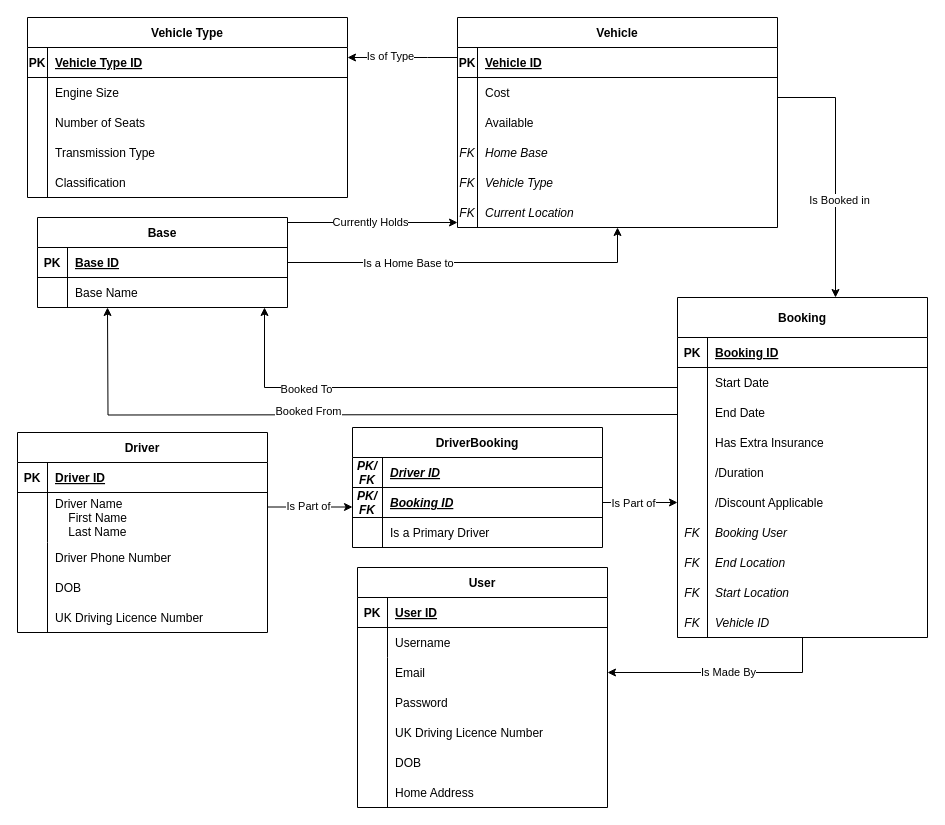
The draw.io diagram CW1 ERD.drawio in Daniel-Fejdych/Daniel-Fejdych.github.io, before the edit. Source tidied: cells renumbered, new cells numbered last; positions are measured from the earlier drawing's top-left corner, leaving out a move shared by most shapes. Both pictures are drawn from the tidied source at 100%, with x=0, y=0 at pixel (17, 17).
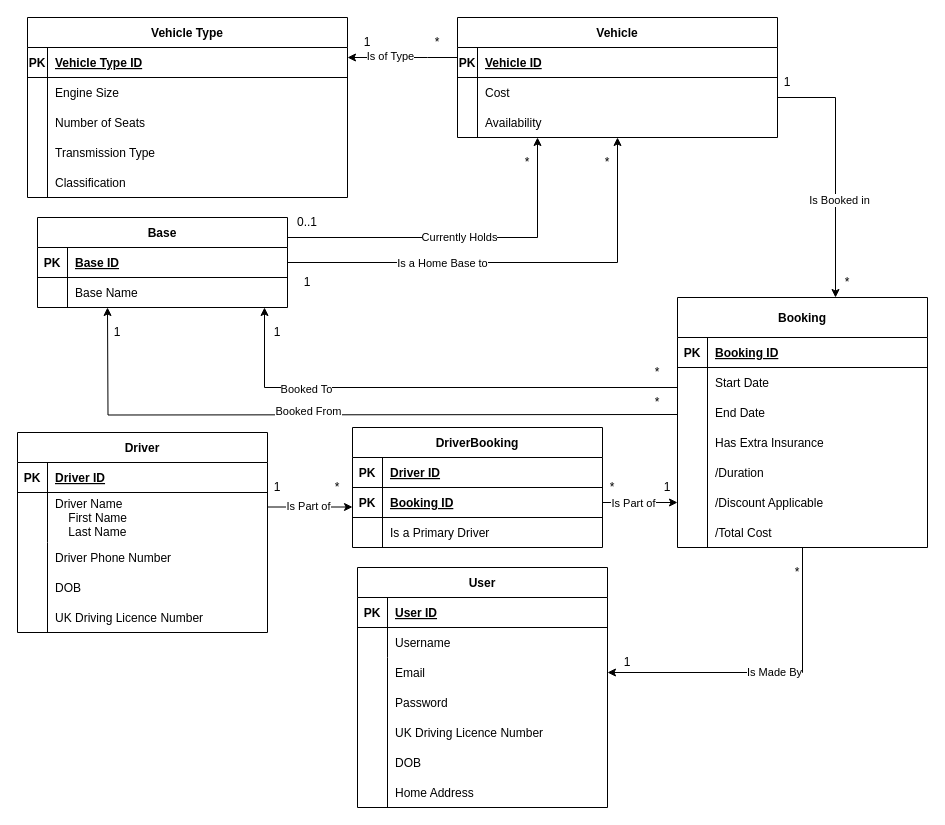
Above is the later version.

The change refers to these unchanged cells:
```xml
<mxCell id="2" value="Base" style="shape=table;startSize=30;childLayout=tableLayout;rowLines=0;fontStyle=1;align=center;" parent="1" vertex="1">
  <mxGeometry x="20" y="200" width="250" height="90" as="geometry" />
</mxCell>
<mxCell id="3" style="shape=partialRectangle;fillColor=none;points=[[0,0.5],[1,0.5]];portConstraint=eastwest;top=0;left=0;right=0;bottom=1;" parent="2" vertex="1">
  <mxGeometry y="30" width="250" height="30" as="geometry" />
</mxCell>
<mxCell id="6" style="shape=partialRectangle;fillColor=none;points=[[0,0.5],[1,0.5]];portConstraint=eastwest;top=0;left=0;right=0;bottom=0;" parent="2" vertex="1">
  <mxGeometry y="60" width="250" height="30" as="geometry" />
</mxCell>
<mxCell id="26" style="shape=partialRectangle;fillColor=none;top=0;left=0;right=0;bottom=1;" parent="25" vertex="1">
  <mxGeometry y="30" width="250" height="30" as="geometry" />
</mxCell>
<mxCell id="29" style="shape=partialRectangle;fillColor=none;top=0;left=0;right=0;bottom=0;" parent="25" vertex="1">
  <mxGeometry y="60" width="250" height="30" as="geometry" />
</mxCell>
```

Change to the diagram source:
```diff
@@
-    <mxCell id="9" style="edgeStyle=orthogonalEdgeStyle;rounded=0;jettySize=auto;html=1;exitX=1;exitY=0.5;exitDx=0;exitDy=0;" parent="1" edge="1" source="3">
+    <mxCell id="9" style="edgeStyle=orthogonalEdgeStyle;rounded=0;jettySize=auto;html=1;exitX=1;exitY=0.25;exitDx=0;exitDy=0;" parent="1" edge="1" source="2">
       <mxGeometry relative="1" as="geometry">
-        <mxPoint x="440" y="205" as="targetPoint" />
+        <mxPoint x="520" y="120" as="targetPoint" />
         <Array as="points">
-          <mxPoint x="440" y="205" />
+          <mxPoint x="270" y="220" />
         </Array>
       </mxGeometry>
     </mxCell>
@@
     <mxCell id="13" style="edgeStyle=orthogonalEdgeStyle;rounded=0;orthogonalLoop=1;jettySize=auto;html=1;entryX=1;entryY=0.5;entryDx=0;entryDy=0;" parent="1" edge="1">
       <mxGeometry relative="1" as="geometry">
-        <mxPoint x="785" y="620" as="sourcePoint" />
+        <mxPoint x="785" y="530" as="sourcePoint" />
         <mxPoint x="590" y="655" as="targetPoint" />
         <Array as="points">
           <mxPoint x="785.5" y="655" />
         </Array>
       </mxGeometry>
     </mxCell>
@@
     <mxCell id="15" style="edgeStyle=orthogonalEdgeStyle;rounded=0;jettySize=auto;html=1;exitX=1;exitY=0.5;exitDx=0;exitDy=0;" parent="1" edge="1" source="6">
       <mxGeometry relative="1" as="geometry">
-        <mxPoint x="600" y="210" as="targetPoint" />
+        <mxPoint x="600" y="120" as="targetPoint" />
         <Array as="points">
           <mxPoint x="600" y="245" />
         </Array>
       </mxGeometry>
     </mxCell>
@@
-    <mxCell id="27" value="PK/&#10;FK" style="shape=partialRectangle;overflow=hidden;fillColor=none;top=0;left=0;bottom=0;right=0;fontStyle=3;" parent="26" vertex="1">
+    <mxCell id="27" value="PK" style="shape=partialRectangle;overflow=hidden;fillColor=none;top=0;left=0;bottom=0;right=0;fontStyle=1;" parent="26" vertex="1">
       <mxGeometry width="30" height="30" as="geometry" />
     </mxCell>
-    <mxCell id="28" value="Driver ID" style="shape=partialRectangle;overflow=hidden;fillColor=none;top=0;left=0;bottom=0;right=0;align=left;spacingLeft=6;fontStyle=7;" parent="26" vertex="1">
+    <mxCell id="28" value="Driver ID" style="shape=partialRectangle;overflow=hidden;fillColor=none;top=0;left=0;bottom=0;right=0;align=left;spacingLeft=6;fontStyle=5;" parent="26" vertex="1">
       <mxGeometry x="30" width="220" height="30" as="geometry" />
     </mxCell>
@@
-    <mxCell id="30" value="PK/&#10;FK" style="shape=partialRectangle;overflow=hidden;fillColor=none;top=0;left=0;bottom=1;right=0;fontStyle=3;" parent="29" vertex="1">
+    <mxCell id="30" value="PK" style="shape=partialRectangle;overflow=hidden;fillColor=none;top=0;left=0;bottom=1;right=0;fontStyle=1;" parent="29" vertex="1">
       <mxGeometry width="30" height="30" as="geometry" />
     </mxCell>
-    <mxCell id="31" value="Booking ID" style="shape=partialRectangle;overflow=hidden;fillColor=none;top=0;left=0;bottom=1;right=0;align=left;spacingLeft=6;fontStyle=7;" parent="29" vertex="1">
+    <mxCell id="31" value="Booking ID" style="shape=partialRectangle;overflow=hidden;fillColor=none;top=0;left=0;bottom=1;right=0;align=left;spacingLeft=6;fontStyle=5;" parent="29" vertex="1">
       <mxGeometry x="30" width="220" height="30" as="geometry" />
     </mxCell>
@@
-    <mxCell id="65" style="group;" parent="1" vertex="1">
-      <mxGeometry x="440" width="320" height="210" as="geometry" />
-    </mxCell>
-    <mxCell id="66" value="Vehicle" style="shape=table;startSize=30;childLayout=tableLayout;rowLines=0;fontStyle=1;align=center;" parent="65" vertex="1">
-      <mxGeometry width="320" height="210" as="geometry" />
-    </mxCell>
-    <mxCell id="67" style="shape=partialRectangle;fillColor=none;top=0;left=0;right=0;bottom=1;" parent="66" vertex="1">
-      <mxGeometry y="30" width="320" height="30" as="geometry" />
-    </mxCell>
-    <mxCell id="68" value="PK" style="shape=partialRectangle;overflow=hidden;fillColor=none;top=0;left=0;bottom=0;right=0;fontStyle=1;" parent="67" vertex="1">
-      <mxGeometry width="20" height="30" as="geometry" />
-    </mxCell>
-    <mxCell id="69" value="Vehicle ID" style="shape=partialRectangle;overflow=hidden;fillColor=none;top=0;left=0;bottom=0;right=0;align=left;spacingLeft=6;fontStyle=5;" parent="67" vertex="1">
-      <mxGeometry x="20" width="300" height="30" as="geometry" />
-    </mxCell>
-    <mxCell id="70" value="Cost" style="shape=partialRectangle;overflow=hidden;fillColor=none;top=0;left=1;bottom=0;right=0;align=left;spacingLeft=6;fontStyle=0;" parent="65" vertex="1">
-      <mxGeometry x="20" y="60" width="300" height="30" as="geometry" />
-    </mxCell>
-    <mxCell id="71" value="Current Location" style="shape=partialRectangle;overflow=hidden;fillColor=none;top=0;left=1;bottom=0;right=0;align=left;spacingLeft=6;fontStyle=2;" parent="65" vertex="1">
-      <mxGeometry x="20" y="180" width="300" height="30" as="geometry" />
-    </mxCell>
-    <mxCell id="72" value="Home Base" style="shape=partialRectangle;overflow=hidden;fillColor=none;top=0;left=1;bottom=0;right=0;align=left;spacingLeft=6;fontStyle=2;" parent="65" vertex="1">
-      <mxGeometry x="20" y="120" width="300" height="30" as="geometry" />
-    </mxCell>
-    <mxCell id="73" value="Vehicle Type" style="shape=partialRectangle;overflow=hidden;fillColor=none;top=0;left=1;bottom=0;right=0;align=left;spacingLeft=6;fontStyle=2;" parent="65" vertex="1">
-      <mxGeometry x="20" y="150" width="300" height="30" as="geometry" />
-    </mxCell>
-    <mxCell id="74" value="FK" style="shape=partialRectangle;overflow=hidden;fillColor=none;top=0;left=0;bottom=0;right=0;fontStyle=2;" parent="65" vertex="1">
-      <mxGeometry y="150" width="20" height="30" as="geometry" />
-    </mxCell>
-    <mxCell id="75" value="FK" style="shape=partialRectangle;overflow=hidden;fillColor=none;top=0;left=0;bottom=0;right=0;fontStyle=2;" parent="65" vertex="1">
-      <mxGeometry y="120" width="20" height="30" as="geometry" />
-    </mxCell>
-    <mxCell id="76" value="FK" style="shape=partialRectangle;overflow=hidden;fillColor=none;top=0;left=0;bottom=0;right=0;fontStyle=2;" parent="65" vertex="1">
-      <mxGeometry y="180" width="20" height="30" as="geometry" />
-    </mxCell>
-    <mxCell id="77" value="Available" style="shape=partialRectangle;overflow=hidden;fillColor=none;top=0;left=1;bottom=0;right=0;align=left;spacingLeft=6;fontStyle=0;" parent="65" vertex="1">
-      <mxGeometry x="20" y="90" width="300" height="30" as="geometry" />
-    </mxCell>
-    <mxCell id="78" style="group;" parent="1" vertex="1">
-      <mxGeometry x="660" y="280" width="250" height="340" as="geometry" />
-    </mxCell>
+    <mxCell id="98" style="group;glass=0;rounded=0;" parent="1" vertex="1">
+      <mxGeometry x="10" width="320" height="180" as="geometry" />
+    </mxCell>
+    <mxCell id="99" style="group;" parent="98" vertex="1">
+      <mxGeometry width="320" height="150" as="geometry" />
+    </mxCell>
+    <mxCell id="100" value="Engine Size" style="shape=partialRectangle;overflow=hidden;fillColor=none;top=0;left=1;bottom=0;right=0;align=left;spacingLeft=6;fontStyle=0;" parent="99" vertex="1">
+      <mxGeometry x="20" y="60" width="300" height="30" as="geometry" />
+    </mxCell>
+    <mxCell id="101" value="Number of Seats" style="shape=partialRectangle;overflow=hidden;fillColor=none;top=0;left=1;bottom=0;right=0;align=left;spacingLeft=6;fontStyle=0;" parent="99" vertex="1">
+      <mxGeometry x="20" y="90" width="300" height="30" as="geometry" />
+    </mxCell>
+    <mxCell id="102" value="Transmission Type" style="shape=partialRectangle;overflow=hidden;fillColor=none;top=0;left=1;bottom=0;right=0;align=left;spacingLeft=6;fontStyle=0;" parent="99" vertex="1">
+      <mxGeometry x="20" y="120" width="300" height="30" as="geometry" />
+    </mxCell>
+    <mxCell id="103" value="Classification" style="shape=partialRectangle;overflow=hidden;fillColor=none;top=0;left=1;bottom=0;right=0;align=left;spacingLeft=6;fontStyle=0;" parent="98" vertex="1">
+      <mxGeometry x="20" y="150" width="300" height="30" as="geometry" />
+    </mxCell>
+    <mxCell id="104" value="Vehicle Type" style="shape=table;startSize=30;childLayout=tableLayout;rowLines=0;fontStyle=1;align=center;" parent="98" vertex="1">
+      <mxGeometry width="320" height="180" as="geometry" />
+    </mxCell>
+    <mxCell id="105" style="shape=partialRectangle;fillColor=none;top=0;left=0;right=0;bottom=1;" parent="104" vertex="1">
+      <mxGeometry y="30" width="320" height="30" as="geometry" />
+    </mxCell>
+    <mxCell id="106" value="PK" style="shape=partialRectangle;overflow=hidden;fillColor=none;top=0;left=0;bottom=0;right=0;fontStyle=1;" parent="105" vertex="1">
+      <mxGeometry width="20" height="30" as="geometry" />
+    </mxCell>
+    <mxCell id="107" value="Vehicle Type ID" style="shape=partialRectangle;overflow=hidden;fillColor=none;top=0;left=0;bottom=0;right=0;align=left;spacingLeft=6;fontStyle=5;" parent="105" vertex="1">
+      <mxGeometry x="20" width="300" height="30" as="geometry" />
+    </mxCell>
-    <mxCell id="79" value="Booking" style="shape=table;startSize=40;childLayout=tableLayout;rowLines=0;fontStyle=1;align=center;" parent="78" vertex="1">
-      <mxGeometry width="250" height="340" as="geometry" />
+    <mxCell id="79" value="Booking" style="shape=table;startSize=40;childLayout=tableLayout;rowLines=0;fontStyle=1;align=center;" parent="1" vertex="1">
+      <mxGeometry x="660" y="280" width="250" height="250" as="geometry" />
     </mxCell>
@@
-    <mxCell id="86" value="End Date" style="shape=partialRectangle;overflow=hidden;fillColor=none;top=0;left=1;bottom=0;right=0;align=left;spacingLeft=6;perimeterSpacing=0;strokeWidth=1;strokeColor=default;" parent="78" vertex="1">
-      <mxGeometry x="30" y="100" width="220" height="30" as="geometry" />
+    <mxCell id="86" value="End Date" style="shape=partialRectangle;overflow=hidden;fillColor=none;top=0;left=1;bottom=0;right=0;align=left;spacingLeft=6;perimeterSpacing=0;strokeWidth=1;strokeColor=default;" parent="1" vertex="1">
+      <mxGeometry x="690" y="380" width="220" height="30" as="geometry" />
     </mxCell>
-    <mxCell id="87" value="/Duration" style="shape=partialRectangle;overflow=hidden;fillColor=none;top=0;left=1;bottom=0;right=0;align=left;spacingLeft=6;" parent="78" vertex="1">
-      <mxGeometry x="30" y="160" width="220" height="30" as="geometry" />
+    <mxCell id="87" value="/Duration" style="shape=partialRectangle;overflow=hidden;fillColor=none;top=0;left=1;bottom=0;right=0;align=left;spacingLeft=6;" parent="1" vertex="1">
+      <mxGeometry x="690" y="440" width="220" height="30" as="geometry" />
     </mxCell>
-    <mxCell id="88" value="Booking User" style="shape=partialRectangle;overflow=hidden;fillColor=none;top=0;left=1;bottom=0;right=0;align=left;spacingLeft=6;fontStyle=2;" parent="78" vertex="1">
-      <mxGeometry x="30" y="220" width="220" height="30" as="geometry" />
+    <mxCell id="88" value="/Total Cost" style="shape=partialRectangle;overflow=hidden;fillColor=none;top=0;left=1;bottom=0;right=0;align=left;spacingLeft=6;fontStyle=0;" parent="1" vertex="1">
+      <mxGeometry x="690" y="500" width="220" height="30" as="geometry" />
     </mxCell>
-    <mxCell id="89" value="Start Location" style="shape=partialRectangle;overflow=hidden;fillColor=none;top=0;left=1;bottom=0;right=0;align=left;spacingLeft=6;fontStyle=2;" parent="78" vertex="1">
-      <mxGeometry x="30" y="280" width="220" height="30" as="geometry" />
-    </mxCell>
-    <mxCell id="90" value="End Location" style="shape=partialRectangle;overflow=hidden;fillColor=none;top=0;left=1;bottom=0;right=0;align=left;spacingLeft=6;fontStyle=2;" parent="78" vertex="1">
-      <mxGeometry x="30" y="250" width="220" height="30" as="geometry" />
-    </mxCell>
-    <mxCell id="91" value="FK" style="shape=partialRectangle;overflow=hidden;fillColor=none;top=0;left=0;bottom=0;right=0;fontStyle=2;" parent="78" vertex="1">
-      <mxGeometry y="250" width="30" height="30" as="geometry" />
-    </mxCell>
-    <mxCell id="92" value="FK" style="shape=partialRectangle;overflow=hidden;fillColor=none;top=0;left=0;bottom=0;right=0;fontStyle=2;" parent="78" vertex="1">
-      <mxGeometry y="280" width="30" height="30" as="geometry" />
-    </mxCell>
-    <mxCell id="93" value="FK" style="shape=partialRectangle;overflow=hidden;fillColor=none;top=0;left=0;bottom=0;right=0;fontStyle=2;" parent="78" vertex="1">
-      <mxGeometry y="220" width="30" height="30" as="geometry" />
-    </mxCell>
-    <mxCell id="94" value="Has Extra Insurance" style="shape=partialRectangle;overflow=hidden;fillColor=none;top=0;left=1;bottom=0;right=0;align=left;spacingLeft=6;" parent="78" vertex="1">
-      <mxGeometry x="30" y="130" width="220" height="30" as="geometry" />
+    <mxCell id="94" value="Has Extra Insurance" style="shape=partialRectangle;overflow=hidden;fillColor=none;top=0;left=1;bottom=0;right=0;align=left;spacingLeft=6;" parent="1" vertex="1">
+      <mxGeometry x="690" y="410" width="220" height="30" as="geometry" />
     </mxCell>
-    <mxCell id="95" value="/Discount Applicable" style="shape=partialRectangle;overflow=hidden;fillColor=none;top=0;left=1;bottom=0;right=0;align=left;spacingLeft=6;" parent="78" vertex="1">
-      <mxGeometry x="30" y="190" width="220" height="30" as="geometry" />
+    <mxCell id="95" value="/Discount Applicable" style="shape=partialRectangle;overflow=hidden;fillColor=none;top=0;left=1;bottom=0;right=0;align=left;spacingLeft=6;" parent="1" vertex="1">
+      <mxGeometry x="690" y="470" width="220" height="30" as="geometry" />
     </mxCell>
-    <mxCell id="96" value="Vehicle ID" style="shape=partialRectangle;overflow=hidden;fillColor=none;top=0;left=1;bottom=0;right=0;align=left;spacingLeft=6;fontStyle=2;" parent="78" vertex="1">
-      <mxGeometry x="30" y="310" width="220" height="30" as="geometry" />
-    </mxCell>
-    <mxCell id="97" value="FK" style="shape=partialRectangle;overflow=hidden;fillColor=none;top=0;left=0;bottom=0;right=0;fontStyle=2;" parent="78" vertex="1">
-      <mxGeometry y="310" width="30" height="30" as="geometry" />
-    </mxCell>
-    <mxCell id="98" style="group;" parent="1" vertex="1">
-      <mxGeometry x="10" width="320" height="180" as="geometry" />
-    </mxCell>
-    <mxCell id="99" style="group;" parent="98" vertex="1">
-      <mxGeometry width="320" height="150" as="geometry" />
-    </mxCell>
-    <mxCell id="100" value="Engine Size" style="shape=partialRectangle;overflow=hidden;fillColor=none;top=0;left=1;bottom=0;right=0;align=left;spacingLeft=6;fontStyle=0;" parent="99" vertex="1">
-      <mxGeometry x="20" y="60" width="300" height="30" as="geometry" />
-    </mxCell>
-    <mxCell id="101" value="Number of Seats" style="shape=partialRectangle;overflow=hidden;fillColor=none;top=0;left=1;bottom=0;right=0;align=left;spacingLeft=6;fontStyle=0;" parent="99" vertex="1">
-      <mxGeometry x="20" y="90" width="300" height="30" as="geometry" />
-    </mxCell>
-    <mxCell id="102" value="Transmission Type" style="shape=partialRectangle;overflow=hidden;fillColor=none;top=0;left=1;bottom=0;right=0;align=left;spacingLeft=6;fontStyle=0;" parent="99" vertex="1">
-      <mxGeometry x="20" y="120" width="300" height="30" as="geometry" />
-    </mxCell>
-    <mxCell id="103" value="Classification" style="shape=partialRectangle;overflow=hidden;fillColor=none;top=0;left=1;bottom=0;right=0;align=left;spacingLeft=6;fontStyle=0;" parent="98" vertex="1">
-      <mxGeometry x="20" y="150" width="300" height="30" as="geometry" />
-    </mxCell>
-    <mxCell id="104" value="Vehicle Type" style="shape=table;startSize=30;childLayout=tableLayout;rowLines=0;fontStyle=1;align=center;" parent="98" vertex="1">
-      <mxGeometry width="320" height="180" as="geometry" />
-    </mxCell>
-    <mxCell id="105" style="shape=partialRectangle;fillColor=none;top=0;left=0;right=0;bottom=1;" parent="104" vertex="1">
-      <mxGeometry y="30" width="320" height="30" as="geometry" />
-    </mxCell>
-    <mxCell id="106" value="PK" style="shape=partialRectangle;overflow=hidden;fillColor=none;top=0;left=0;bottom=0;right=0;fontStyle=1;" parent="105" vertex="1">
-      <mxGeometry width="20" height="30" as="geometry" />
-    </mxCell>
-    <mxCell id="107" value="Vehicle Type ID" style="shape=partialRectangle;overflow=hidden;fillColor=none;top=0;left=0;bottom=0;right=0;align=left;spacingLeft=6;fontStyle=5;" parent="105" vertex="1">
-      <mxGeometry x="20" width="300" height="30" as="geometry" />
-    </mxCell>
+    <mxCell id="108" style="group;" parent="1" vertex="1">
+      <mxGeometry x="440" width="320" height="120" as="geometry" />
+    </mxCell>
+    <mxCell id="66" value="Vehicle" style="shape=table;startSize=30;childLayout=tableLayout;rowLines=0;fontStyle=1;align=center;" parent="108" vertex="1">
+      <mxGeometry width="320" height="120" as="geometry" />
+    </mxCell>
+    <mxCell id="67" style="shape=partialRectangle;fillColor=none;top=0;left=0;right=0;bottom=1;" parent="66" vertex="1">
+      <mxGeometry y="30" width="320" height="30" as="geometry" />
+    </mxCell>
+    <mxCell id="68" value="PK" style="shape=partialRectangle;overflow=hidden;fillColor=none;top=0;left=0;bottom=0;right=0;fontStyle=1;" parent="67" vertex="1">
+      <mxGeometry width="20" height="30" as="geometry" />
+    </mxCell>
+    <mxCell id="69" value="Vehicle ID" style="shape=partialRectangle;overflow=hidden;fillColor=none;top=0;left=0;bottom=0;right=0;align=left;spacingLeft=6;fontStyle=5;" parent="67" vertex="1">
+      <mxGeometry x="20" width="300" height="30" as="geometry" />
+    </mxCell>
+    <mxCell id="70" value="Cost" style="shape=partialRectangle;overflow=hidden;fillColor=none;top=0;left=1;bottom=0;right=0;align=left;spacingLeft=6;fontStyle=0;" parent="108" vertex="1">
+      <mxGeometry x="20" y="60" width="300" height="30" as="geometry" />
+    </mxCell>
+    <mxCell id="77" value="Availability" style="shape=partialRectangle;overflow=hidden;fillColor=none;top=0;left=1;bottom=0;right=0;align=left;spacingLeft=6;fontStyle=0;" parent="108" vertex="1">
+      <mxGeometry x="20" y="90" width="300" height="30" as="geometry" />
+    </mxCell>
+    <mxCell id="109" value="*" style="text;html=1;strokeColor=none;fillColor=none;align=center;verticalAlign=middle;whiteSpace=wrap;rounded=0;" parent="1" vertex="1">
+      <mxGeometry x="500" y="130" width="20" height="30" as="geometry" />
+    </mxCell>
+    <mxCell id="110" value="*" style="text;html=1;strokeColor=none;fillColor=none;align=center;verticalAlign=middle;whiteSpace=wrap;rounded=0;" parent="1" vertex="1">
+      <mxGeometry x="580" y="130" width="20" height="30" as="geometry" />
+    </mxCell>
+    <mxCell id="111" value="0..1" style="text;html=1;strokeColor=none;fillColor=none;align=center;verticalAlign=middle;whiteSpace=wrap;rounded=0;" parent="1" vertex="1">
+      <mxGeometry x="280" y="190" width="20" height="30" as="geometry" />
+    </mxCell>
+    <mxCell id="112" value="1" style="text;html=1;strokeColor=none;fillColor=none;align=center;verticalAlign=middle;whiteSpace=wrap;rounded=0;" parent="1" vertex="1">
+      <mxGeometry x="280" y="250" width="20" height="30" as="geometry" />
+    </mxCell>
+    <mxCell id="113" value="*" style="text;html=1;strokeColor=none;fillColor=none;align=center;verticalAlign=middle;whiteSpace=wrap;rounded=0;" parent="1" vertex="1">
+      <mxGeometry x="410" y="10" width="20" height="30" as="geometry" />
+    </mxCell>
+    <mxCell id="114" value="1" style="text;html=1;strokeColor=none;fillColor=none;align=center;verticalAlign=middle;whiteSpace=wrap;rounded=0;" parent="1" vertex="1">
+      <mxGeometry x="340" y="10" width="20" height="30" as="geometry" />
+    </mxCell>
+    <mxCell id="115" value="1" style="text;html=1;strokeColor=none;fillColor=none;align=center;verticalAlign=middle;whiteSpace=wrap;rounded=0;" parent="1" vertex="1">
+      <mxGeometry x="760" y="50" width="20" height="30" as="geometry" />
+    </mxCell>
+    <mxCell id="116" value="*" style="text;html=1;strokeColor=none;fillColor=none;align=center;verticalAlign=middle;whiteSpace=wrap;rounded=0;" parent="1" vertex="1">
+      <mxGeometry x="820" y="250" width="20" height="30" as="geometry" />
+    </mxCell>
+    <mxCell id="117" value="1" style="text;html=1;strokeColor=none;fillColor=none;align=center;verticalAlign=middle;whiteSpace=wrap;rounded=0;" parent="1" vertex="1">
+      <mxGeometry x="250" y="300" width="20" height="30" as="geometry" />
+    </mxCell>
+    <mxCell id="118" value="1" style="text;html=1;strokeColor=none;fillColor=none;align=center;verticalAlign=middle;whiteSpace=wrap;rounded=0;" parent="1" vertex="1">
+      <mxGeometry x="90" y="300" width="20" height="30" as="geometry" />
+    </mxCell>
+    <mxCell id="119" value="*" style="text;html=1;strokeColor=none;fillColor=none;align=center;verticalAlign=middle;whiteSpace=wrap;rounded=0;" parent="1" vertex="1">
+      <mxGeometry x="630" y="340" width="20" height="30" as="geometry" />
+    </mxCell>
+    <mxCell id="120" value="*" style="text;html=1;strokeColor=none;fillColor=none;align=center;verticalAlign=middle;whiteSpace=wrap;rounded=0;" parent="1" vertex="1">
+      <mxGeometry x="630" y="370" width="20" height="30" as="geometry" />
+    </mxCell>
+    <mxCell id="121" value="1" style="text;html=1;strokeColor=none;fillColor=none;align=center;verticalAlign=middle;whiteSpace=wrap;rounded=0;" parent="1" vertex="1">
+      <mxGeometry x="640" y="455" width="20" height="30" as="geometry" />
+    </mxCell>
+    <mxCell id="122" value="*" style="text;html=1;strokeColor=none;fillColor=none;align=center;verticalAlign=middle;whiteSpace=wrap;rounded=0;" parent="1" vertex="1">
+      <mxGeometry x="585" y="455" width="20" height="30" as="geometry" />
+    </mxCell>
+    <mxCell id="123" value="1" style="text;html=1;strokeColor=none;fillColor=none;align=center;verticalAlign=middle;whiteSpace=wrap;rounded=0;" parent="1" vertex="1">
+      <mxGeometry x="250" y="455" width="20" height="30" as="geometry" />
+    </mxCell>
+    <mxCell id="124" value="*" style="text;html=1;strokeColor=none;fillColor=none;align=center;verticalAlign=middle;whiteSpace=wrap;rounded=0;" parent="1" vertex="1">
+      <mxGeometry x="310" y="455" width="20" height="30" as="geometry" />
+    </mxCell>
+    <mxCell id="125" value="*" style="text;html=1;strokeColor=none;fillColor=none;align=center;verticalAlign=middle;whiteSpace=wrap;rounded=0;" parent="1" vertex="1">
+      <mxGeometry x="770" y="540" width="20" height="30" as="geometry" />
+    </mxCell>
+    <mxCell id="126" value="1" style="text;html=1;strokeColor=none;fillColor=none;align=center;verticalAlign=middle;whiteSpace=wrap;rounded=0;" parent="1" vertex="1">
+      <mxGeometry x="600" y="630" width="20" height="30" as="geometry" />
+    </mxCell>
```
